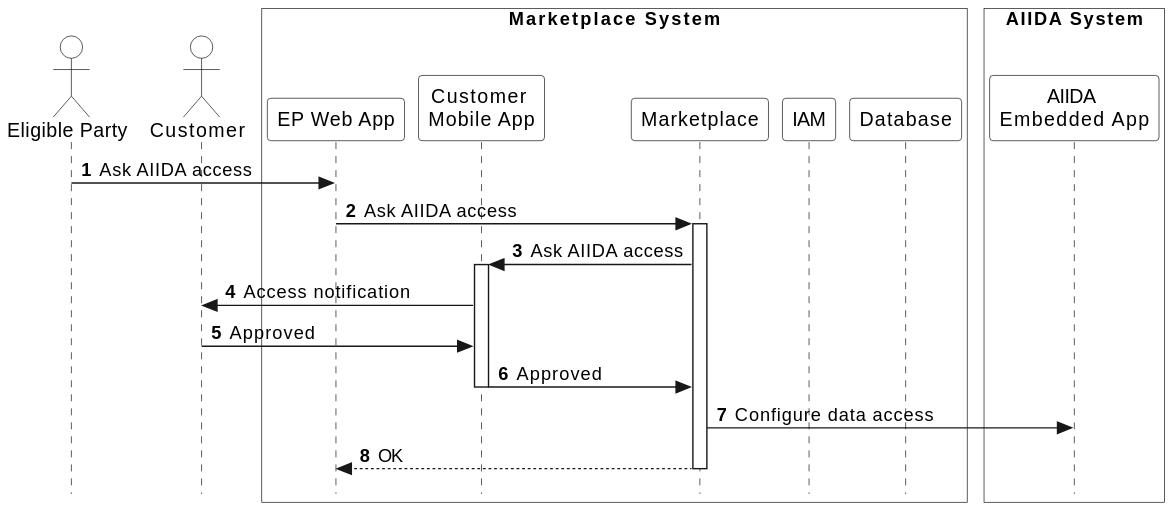
Above: arc42/marketplace/runtime-view/figures/marketplace-ask-data-access.svg in eddie-energy/architecture (PlantUML), before the change.
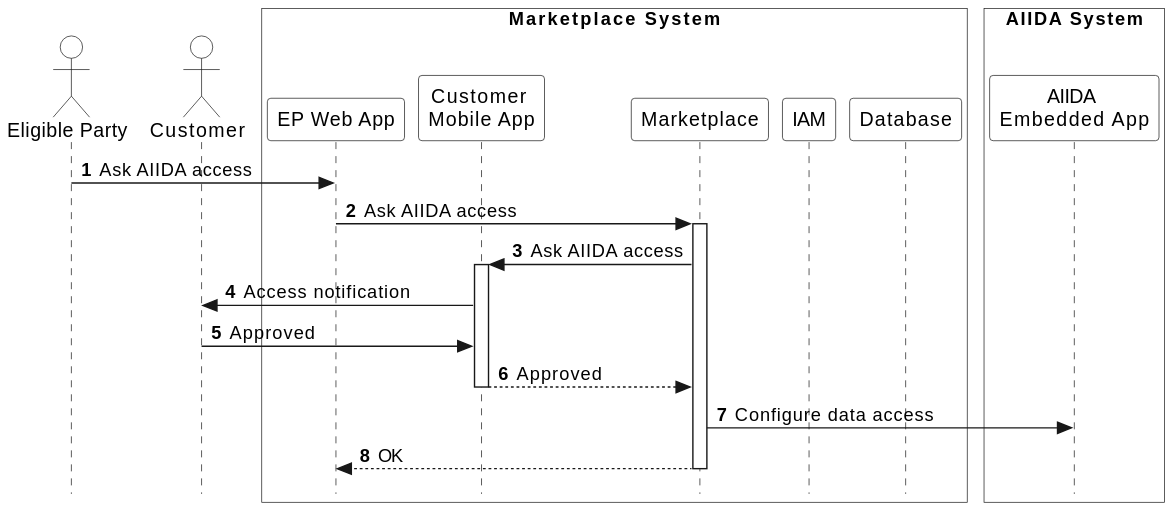
Later version of the same file.

Commit message:
Add an intro for the marketplace

Change to the diagram source:
```diff
@@ -29,7 +29,7 @@
 activate customerApp
 customerApp -> customer : Access notification
 customer -> customerApp : Approved
-customerApp -> marketplace : Approved
+customerApp --> marketplace : Approved
 deactivate customerApp
 marketplace -> aiida : Configure data access
 marketplace --> epApp : OK
```
